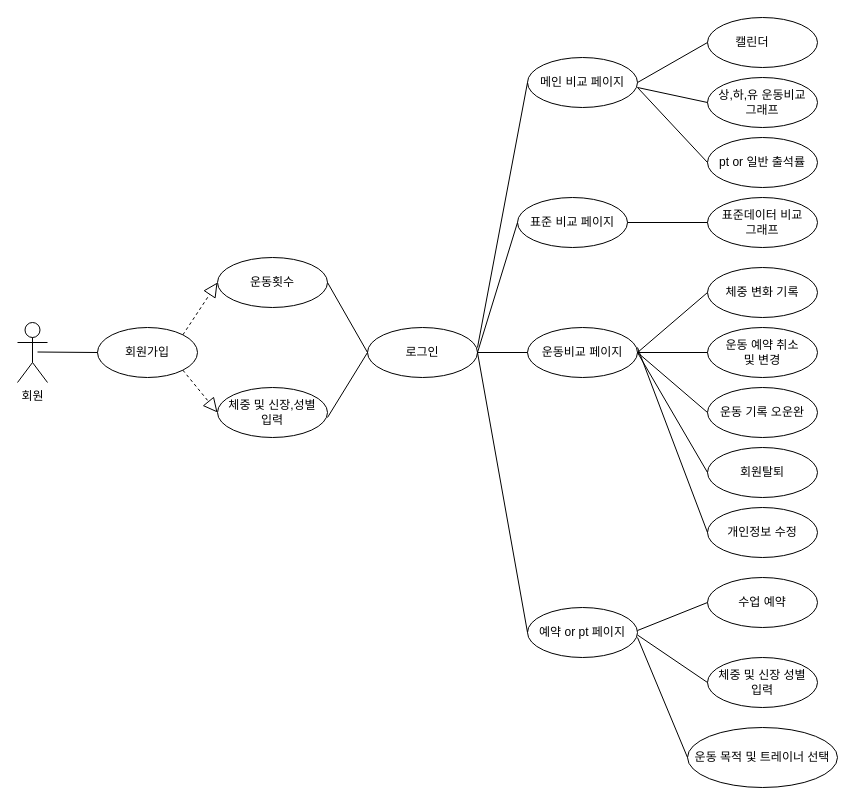
beomsu-j/bigdata keeps this draw.io diagram as 운동 시각화 서비스.drawio. Above is the earlier version. Source tidied: cells renumbered, new cells numbered last; positions are measured from the earlier drawing's top-left corner, leaving out a move shared by most shapes. Both pictures are drawn from the tidied source at 100%, with x=0, y=0 at pixel (17, 17).
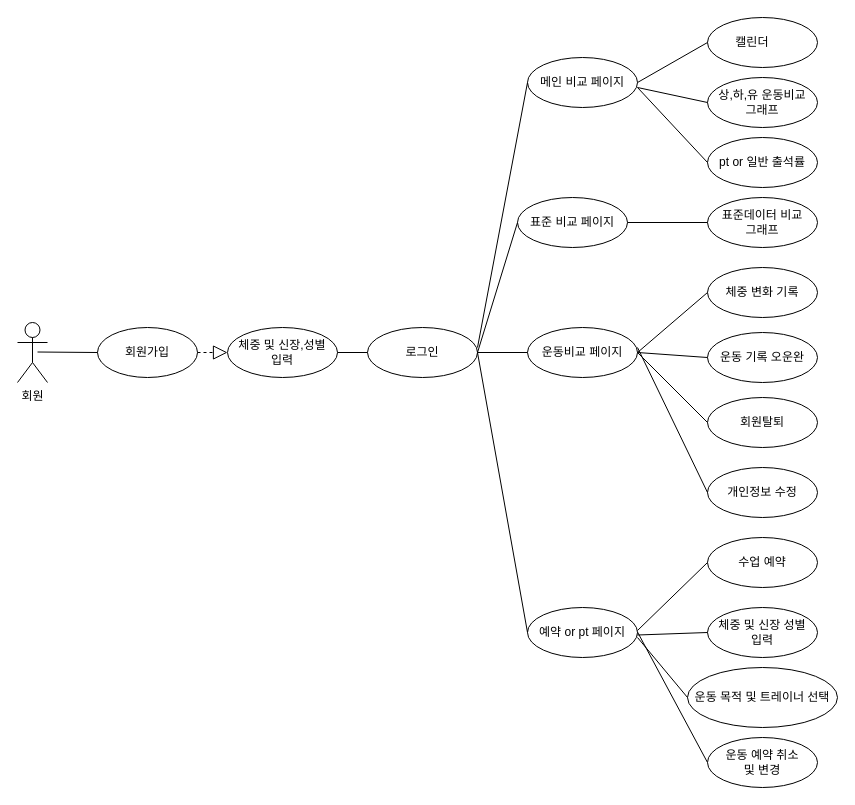
The same diagram, later.

Commit message:
운동 시각화 서비스.drawio 업데이트

Unchanged cells that the change refers to:
```xml
<mxCell id="3" value="회원가입" style="ellipse;whiteSpace=wrap;html=1;align=center;" parent="1" vertex="1">
  <mxGeometry x="80" y="310" width="100" height="50" as="geometry" />
</mxCell>
<mxCell id="6" value="로그인" style="ellipse;whiteSpace=wrap;html=1;align=center;" parent="1" vertex="1">
  <mxGeometry x="350" y="310" width="110" height="50" as="geometry" />
</mxCell>
```

Change to the diagram source:
```diff
@@
-    <mxCell id="4" value="운동횟수" style="ellipse;whiteSpace=wrap;html=1;align=center;" parent="1" vertex="1">
-      <mxGeometry x="200" y="240" width="110" height="50" as="geometry" />
-    </mxCell>
     <mxCell id="5" value="체중 및 신장,성별&lt;br&gt;입력" style="ellipse;whiteSpace=wrap;html=1;align=center;" parent="1" vertex="1">
-      <mxGeometry x="200" y="370" width="110" height="50" as="geometry" />
+      <mxGeometry x="210" y="310" width="110" height="50" as="geometry" />
     </mxCell>
@@
     <mxCell id="16" value="개인정보 수정" style="ellipse;whiteSpace=wrap;html=1;align=center;" parent="1" vertex="1">
-      <mxGeometry x="690" y="490" width="110" height="50" as="geometry" />
+      <mxGeometry x="690" y="450" width="110" height="50" as="geometry" />
     </mxCell>
     <mxCell id="17" value="회원탈퇴" style="ellipse;whiteSpace=wrap;html=1;align=center;" parent="1" vertex="1">
-      <mxGeometry x="690" y="430" width="110" height="50" as="geometry" />
+      <mxGeometry x="690" y="380" width="110" height="50" as="geometry" />
     </mxCell>
     <mxCell id="18" value="운동 기록 오운완" style="ellipse;whiteSpace=wrap;html=1;align=center;" parent="1" vertex="1">
-      <mxGeometry x="690" y="370" width="110" height="50" as="geometry" />
+      <mxGeometry x="690" y="315" width="110" height="50" as="geometry" />
     </mxCell>
-    <mxCell id="19" value="운동 예약 취소&lt;br&gt;및 변경" style="ellipse;whiteSpace=wrap;html=1;align=center;" parent="1" vertex="1">
-      <mxGeometry x="690" y="310" width="110" height="50" as="geometry" />
-    </mxCell>
     <mxCell id="20" value="운동 목적 및 트레이너 선택" style="ellipse;whiteSpace=wrap;html=1;align=center;" parent="1" vertex="1">
-      <mxGeometry x="670" y="710" width="150" height="60" as="geometry" />
+      <mxGeometry x="670" y="650" width="150" height="60" as="geometry" />
     </mxCell>
     <mxCell id="21" value="체중 및 신장 성별&lt;br&gt;입력" style="ellipse;whiteSpace=wrap;html=1;align=center;" parent="1" vertex="1">
-      <mxGeometry x="690" y="640" width="110" height="50" as="geometry" />
+      <mxGeometry x="690" y="590" width="110" height="50" as="geometry" />
     </mxCell>
     <mxCell id="22" value="수업 예약" style="ellipse;whiteSpace=wrap;html=1;align=center;" parent="1" vertex="1">
-      <mxGeometry x="690" y="560" width="110" height="50" as="geometry" />
+      <mxGeometry x="690" y="520" width="110" height="50" as="geometry" />
     </mxCell>
@@
-    <mxCell id="24" style="endArrow=block;dashed=1;endFill=0;endSize=12;html=1;rounded=0;exitX=1;exitY=0;exitDx=0;exitDy=0;entryX=0;entryY=0.5;entryDx=0;entryDy=0;" parent="1" edge="1" source="3" target="4">
-      <mxGeometry relative="1" as="geometry" />
-    </mxCell>
-    <mxCell id="25" style="endArrow=block;dashed=1;endFill=0;endSize=12;html=1;rounded=0;exitX=1;exitY=1;exitDx=0;exitDy=0;entryX=0;entryY=0.5;entryDx=0;entryDy=0;" parent="1" edge="1" source="3" target="5">
+    <mxCell id="25" style="endArrow=block;dashed=1;endFill=0;endSize=12;html=1;rounded=0;exitX=1;exitY=0.5;exitDx=0;exitDy=0;entryX=0;entryY=0.5;entryDx=0;entryDy=0;" parent="1" edge="1" source="3" target="5">
       <mxGeometry relative="1" as="geometry" />
     </mxCell>
-    <mxCell id="26" style="endArrow=none;html=1;rounded=0;entryX=0;entryY=0.5;entryDx=0;entryDy=0;" parent="1" edge="1" target="6">
-      <mxGeometry relative="1" as="geometry">
-        <mxPoint x="310" y="400" as="sourcePoint" />
-      </mxGeometry>
-    </mxCell>
-    <mxCell id="27" style="endArrow=none;html=1;rounded=0;entryX=1;entryY=0.5;entryDx=0;entryDy=0;" parent="1" edge="1" target="4">
+    <mxCell id="27" style="endArrow=none;html=1;rounded=0;entryX=1;entryY=0.5;entryDx=0;entryDy=0;" parent="1" edge="1" target="5">
       <mxGeometry relative="1" as="geometry">
         <mxPoint x="350" y="335" as="sourcePoint" />
       </mxGeometry>
     </mxCell>
@@
     <mxCell id="37" style="endArrow=none;html=1;rounded=0;entryX=0;entryY=0.5;entryDx=0;entryDy=0;" parent="1" edge="1" target="19">
       <mxGeometry relative="1" as="geometry">
-        <mxPoint x="620" y="335" as="sourcePoint" />
+        <mxPoint x="620" y="614.5" as="sourcePoint" />
       </mxGeometry>
     </mxCell>
@@
+    <mxCell id="19" value="운동 예약 취소&lt;br&gt;및 변경" style="ellipse;whiteSpace=wrap;html=1;align=center;" parent="1" vertex="1">
+      <mxGeometry x="690" y="720" width="110" height="50" as="geometry" />
+    </mxCell>
```
